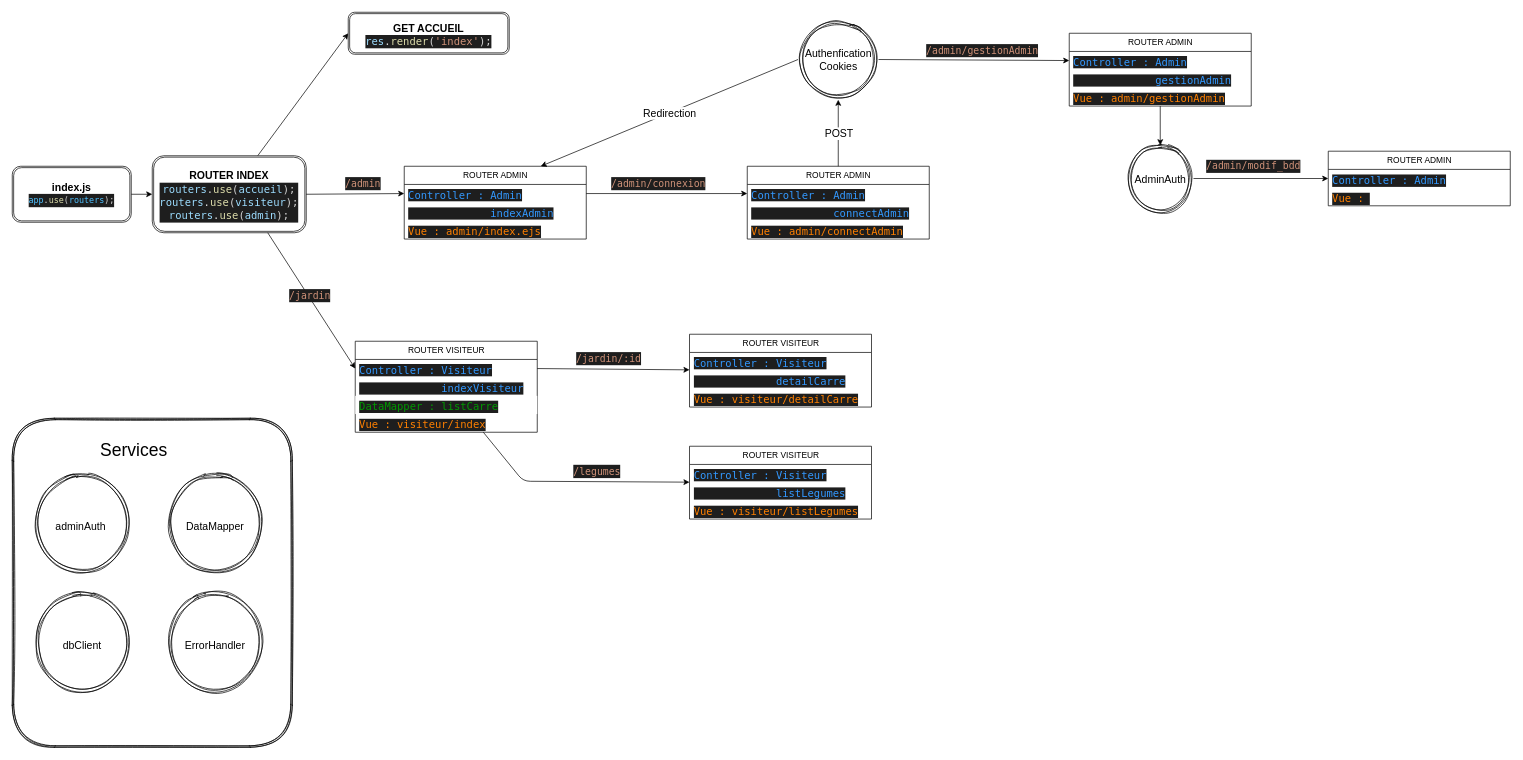
The draw.io diagram SCHEMA/ROUTES.drawio in Loic-Dubrion/jardin, before the edit. Source tidied: cells renumbered, new cells numbered last; positions are measured from the earlier drawing's top-left corner, leaving out a move shared by most shapes. Both pictures are drawn from the tidied source at 70%, with x=0, y=0 at pixel (12, 12).
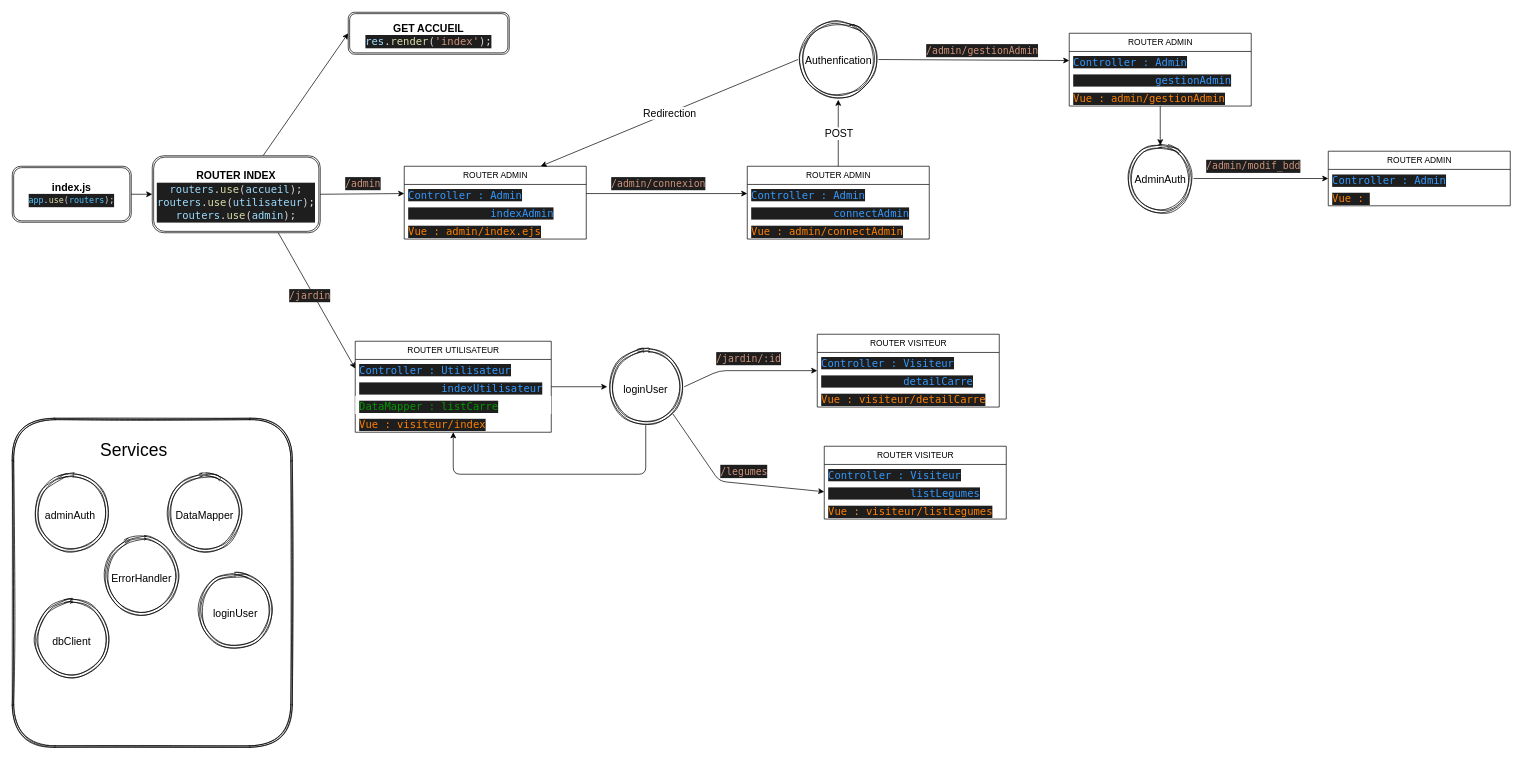
Above is the later version.

The change refers to these unchanged cells:
```xml
<mxCell id="50" value="&lt;span style=&quot;color: rgb(51, 153, 255); font-family: &amp;quot;Droid Sans Mono&amp;quot;, &amp;quot;monospace&amp;quot;, monospace; font-size: 15px; font-style: normal; font-variant-ligatures: normal; font-variant-caps: normal; font-weight: 400; letter-spacing: normal; orphans: 2; text-align: center; text-indent: 0px; text-transform: none; widows: 2; word-spacing: 0px; -webkit-text-stroke-width: 0px; background-color: rgb(30, 30, 30); text-decoration-thickness: initial; text-decoration-style: initial; text-decoration-color: initial; float: none; display: inline !important;&quot;&gt;&lt;span style=&quot;white-space: pre;&quot;&gt;&#9;&lt;/span&gt;&amp;nbsp; &amp;nbsp; &amp;nbsp;listLegumes&lt;/span&gt;" style="text;strokeColor=none;fillColor=none;align=left;verticalAlign=top;spacingLeft=4;spacingRight=4;overflow=hidden;points=[[0,0.5],[1,0.5]];portConstraint=eastwest;whiteSpace=wrap;html=1;fontFamily=Helvetica;" parent="48" vertex="1">
  <mxGeometry y="52" width="260" height="26" as="geometry" />
</mxCell>
```

What changed in the source:
```diff
@@
-    <mxCell id="4" value="&lt;b style=&quot;font-size: 15px;&quot;&gt;&lt;font style=&quot;font-size: 15px;&quot;&gt;ROUTER INDEX&lt;br&gt;&lt;/font&gt;&lt;/b&gt;&lt;div style=&quot;color: rgb(212, 212, 212); background-color: rgb(30, 30, 30); font-family: &amp;quot;Droid Sans Mono&amp;quot;, &amp;quot;monospace&amp;quot;, monospace; line-height: 19px; font-size: 15px;&quot;&gt;&lt;div style=&quot;&quot;&gt;&lt;font style=&quot;font-size: 15px;&quot;&gt;&lt;span style=&quot;color: #9cdcfe;&quot;&gt;routers&lt;/span&gt;.&lt;span style=&quot;color: #dcdcaa;&quot;&gt;use&lt;/span&gt;(&lt;span style=&quot;color: #9cdcfe;&quot;&gt;accueil&lt;/span&gt;);&lt;/font&gt;&lt;/div&gt;&lt;div style=&quot;&quot;&gt;&lt;font style=&quot;font-size: 15px;&quot;&gt;&lt;span style=&quot;color: #9cdcfe;&quot;&gt;routers&lt;/span&gt;.&lt;span style=&quot;color: #dcdcaa;&quot;&gt;use&lt;/span&gt;(&lt;span style=&quot;color: #9cdcfe;&quot;&gt;visiteur&lt;/span&gt;);&lt;/font&gt;&lt;/div&gt;&lt;div style=&quot;&quot;&gt;&lt;font style=&quot;font-size: 15px;&quot;&gt;&lt;span style=&quot;color: rgb(156, 220, 254);&quot;&gt;routers&lt;/span&gt;.&lt;span style=&quot;color: rgb(220, 220, 170);&quot;&gt;use&lt;/span&gt;(&lt;span style=&quot;color: rgb(156, 220, 254);&quot;&gt;admin&lt;/span&gt;);&lt;/font&gt;&lt;/div&gt;&lt;/div&gt;" style="shape=ext;double=1;rounded=1;whiteSpace=wrap;html=1;fontSize=20;" parent="1" vertex="1">
-      <mxGeometry x="200" y="205" width="220" height="110" as="geometry" />
+    <mxCell id="4" value="&lt;b style=&quot;font-size: 15px;&quot;&gt;&lt;font style=&quot;font-size: 15px;&quot;&gt;ROUTER INDEX&lt;br&gt;&lt;/font&gt;&lt;/b&gt;&lt;div style=&quot;color: rgb(212, 212, 212); background-color: rgb(30, 30, 30); font-family: &amp;quot;Droid Sans Mono&amp;quot;, &amp;quot;monospace&amp;quot;, monospace; line-height: 19px; font-size: 15px;&quot;&gt;&lt;div style=&quot;&quot;&gt;&lt;font style=&quot;font-size: 15px;&quot;&gt;&lt;span style=&quot;color: #9cdcfe;&quot;&gt;routers&lt;/span&gt;.&lt;span style=&quot;color: #dcdcaa;&quot;&gt;use&lt;/span&gt;(&lt;span style=&quot;color: #9cdcfe;&quot;&gt;accueil&lt;/span&gt;);&lt;/font&gt;&lt;/div&gt;&lt;div style=&quot;&quot;&gt;&lt;font style=&quot;font-size: 15px;&quot;&gt;&lt;span style=&quot;color: #9cdcfe;&quot;&gt;routers&lt;/span&gt;.&lt;span style=&quot;color: #dcdcaa;&quot;&gt;use&lt;/span&gt;(&lt;span style=&quot;color: #9cdcfe;&quot;&gt;utilisateur&lt;/span&gt;);&lt;/font&gt;&lt;/div&gt;&lt;div style=&quot;&quot;&gt;&lt;font style=&quot;font-size: 15px;&quot;&gt;&lt;span style=&quot;color: rgb(156, 220, 254);&quot;&gt;routers&lt;/span&gt;.&lt;span style=&quot;color: rgb(220, 220, 170);&quot;&gt;use&lt;/span&gt;(&lt;span style=&quot;color: rgb(156, 220, 254);&quot;&gt;admin&lt;/span&gt;);&lt;/font&gt;&lt;/div&gt;&lt;/div&gt;" style="shape=ext;double=1;rounded=1;whiteSpace=wrap;html=1;fontSize=20;" parent="1" vertex="1">
+      <mxGeometry x="200" y="205" width="240" height="110" as="geometry" />
     </mxCell>
@@
-    <mxCell id="6" style="endArrow=classic;html=1;fontSize=15;exitX=1;exitY=0.5;exitDx=0;exitDy=0;" parent="1" edge="1" source="40" target="44">
-      <mxGeometry relative="1" as="geometry" />
-    </mxCell>
@@
-    <mxCell id="11" value="Authenfication&lt;br&gt;Cookies" style="ellipse;shape=doubleEllipse;whiteSpace=wrap;html=1;rounded=0;shadow=0;sketch=1;fontSize=15;fillColor=none;" parent="1" vertex="1">
+    <mxCell id="11" value="Authenfication" style="ellipse;shape=doubleEllipse;whiteSpace=wrap;html=1;rounded=0;shadow=0;sketch=1;fontSize=15;fillColor=none;" parent="1" vertex="1">
       <mxGeometry x="1122.5" y="10" width="115" height="115" as="geometry" />
     </mxCell>
@@
     <mxCell id="18" value="&lt;font style=&quot;font-size: 15px;&quot;&gt;adminAuth&amp;nbsp;&lt;/font&gt;" style="ellipse;shape=doubleEllipse;whiteSpace=wrap;html=1;rounded=0;shadow=0;sketch=1;fontSize=25;fillColor=none;" parent="1" vertex="1">
-      <mxGeometry x="30" y="660" width="140" height="140" as="geometry" />
+      <mxGeometry x="30" y="660" width="110" height="110" as="geometry" />
     </mxCell>
@@
     <mxCell id="20" value="&lt;div style=&quot;color: rgb(212, 212, 212); background-color: rgb(30, 30, 30); font-family: &amp;quot;Droid Sans Mono&amp;quot;, &amp;quot;monospace&amp;quot;, monospace; font-size: 14px; line-height: 19px;&quot;&gt;&lt;span style=&quot;color: #ce9178;&quot;&gt;/jardin/:id&lt;/span&gt;&lt;/div&gt;" style="text;strokeColor=none;fillColor=none;align=left;verticalAlign=middle;spacingLeft=4;spacingRight=4;overflow=hidden;whiteSpace=wrap;html=1;rounded=0;shadow=0;sketch=1;fontSize=15;fontColor=#F0F0F0;" parent="1" vertex="1">
-      <mxGeometry x="800" y="480" width="110" height="30" as="geometry" />
+      <mxGeometry x="1000" y="480" width="110" height="30" as="geometry" />
     </mxCell>
@@
     <mxCell id="25" value="&lt;div style=&quot;color: rgb(212, 212, 212); background-color: rgb(30, 30, 30); font-family: &amp;quot;Droid Sans Mono&amp;quot;, &amp;quot;monospace&amp;quot;, monospace; font-weight: normal; font-size: 14px; line-height: 19px;&quot;&gt;&lt;div&gt;&lt;span style=&quot;color: #ce9178;&quot;&gt;/legumes&lt;/span&gt;&lt;/div&gt;&lt;/div&gt;" style="text;whiteSpace=wrap;html=1;fontSize=15;fontColor=#F0F0F0;" parent="1" vertex="1">
-      <mxGeometry x="800" y="640" width="100" height="40" as="geometry" />
+      <mxGeometry x="1010" y="640" width="100" height="40" as="geometry" />
     </mxCell>
-    <mxCell id="26" style="endArrow=classic;html=1;fontSize=15;" parent="1" edge="1" source="39" target="48">
-      <mxGeometry relative="1" as="geometry">
-        <Array as="points">
-          <mxPoint x="730" y="670" />
-        </Array>
-      </mxGeometry>
-    </mxCell>
@@
-    <mxCell id="39" value="ROUTER VISITEUR" style="swimlane;fontStyle=0;horizontal=1;startSize=26;fillColor=none;html=1;fontFamily=Helvetica;" parent="1" vertex="1">
-      <mxGeometry x="490" y="470" width="260" height="130" as="geometry" />
+    <mxCell id="39" value="ROUTER UTILISATEUR" style="swimlane;fontStyle=0;horizontal=1;startSize=26;fillColor=none;html=1;fontFamily=Helvetica;" parent="1" vertex="1">
+      <mxGeometry x="490" y="470" width="280" height="130" as="geometry" />
     </mxCell>
-    <mxCell id="40" value="&lt;span style=&quot;color: rgb(51, 153, 255); font-family: &amp;quot;Droid Sans Mono&amp;quot;, &amp;quot;monospace&amp;quot;, monospace; font-size: 15px; text-align: center; background-color: rgb(30, 30, 30);&quot;&gt;Controller : Visiteur&lt;/span&gt;" style="text;strokeColor=none;fillColor=none;align=left;verticalAlign=top;spacingLeft=4;spacingRight=4;overflow=hidden;points=[[0,0.5],[1,0.5]];portConstraint=eastwest;whiteSpace=wrap;html=1;fontFamily=Helvetica;" parent="39" vertex="1">
-      <mxGeometry y="26" width="260" height="26" as="geometry" />
+    <mxCell id="40" value="&lt;span style=&quot;color: rgb(51, 153, 255); font-family: &amp;quot;Droid Sans Mono&amp;quot;, &amp;quot;monospace&amp;quot;, monospace; font-size: 15px; text-align: center; background-color: rgb(30, 30, 30);&quot;&gt;Controller : Utilisateur&lt;/span&gt;" style="text;strokeColor=none;fillColor=none;align=left;verticalAlign=top;spacingLeft=4;spacingRight=4;overflow=hidden;points=[[0,0.5],[1,0.5]];portConstraint=eastwest;whiteSpace=wrap;html=1;fontFamily=Helvetica;" parent="39" vertex="1">
+      <mxGeometry y="26" width="280" height="26" as="geometry" />
     </mxCell>
-    <mxCell id="41" value="&lt;span style=&quot;color: rgb(51, 153, 255); font-family: &amp;quot;Droid Sans Mono&amp;quot;, &amp;quot;monospace&amp;quot;, monospace; font-size: 15px; font-style: normal; font-variant-ligatures: normal; font-variant-caps: normal; font-weight: 400; letter-spacing: normal; orphans: 2; text-align: center; text-indent: 0px; text-transform: none; widows: 2; word-spacing: 0px; -webkit-text-stroke-width: 0px; background-color: rgb(30, 30, 30); text-decoration-thickness: initial; text-decoration-style: initial; text-decoration-color: initial; float: none; display: inline !important;&quot;&gt;&lt;span style=&quot;white-space: pre;&quot;&gt;&#9;&lt;/span&gt;&amp;nbsp; &amp;nbsp; &amp;nbsp;indexVisiteur&lt;/span&gt;" style="text;strokeColor=none;fillColor=none;align=left;verticalAlign=top;spacingLeft=4;spacingRight=4;overflow=hidden;points=[[0,0.5],[1,0.5]];portConstraint=eastwest;whiteSpace=wrap;html=1;fontFamily=Helvetica;" parent="39" vertex="1">
-      <mxGeometry y="52" width="260" height="26" as="geometry" />
+    <mxCell id="41" value="&lt;span style=&quot;color: rgb(51, 153, 255); font-family: &amp;quot;Droid Sans Mono&amp;quot;, &amp;quot;monospace&amp;quot;, monospace; font-size: 15px; font-style: normal; font-variant-ligatures: normal; font-variant-caps: normal; font-weight: 400; letter-spacing: normal; orphans: 2; text-align: center; text-indent: 0px; text-transform: none; widows: 2; word-spacing: 0px; -webkit-text-stroke-width: 0px; background-color: rgb(30, 30, 30); text-decoration-thickness: initial; text-decoration-style: initial; text-decoration-color: initial; float: none; display: inline !important;&quot;&gt;&lt;span style=&quot;white-space: pre;&quot;&gt;&#9;&lt;/span&gt;&amp;nbsp; &amp;nbsp; &amp;nbsp;indexUtilisateur&lt;br&gt;&lt;/span&gt;" style="text;strokeColor=none;fillColor=none;align=left;verticalAlign=top;spacingLeft=4;spacingRight=4;overflow=hidden;points=[[0,0.5],[1,0.5]];portConstraint=eastwest;whiteSpace=wrap;html=1;fontFamily=Helvetica;" parent="39" vertex="1">
+      <mxGeometry y="52" width="280" height="26" as="geometry" />
     </mxCell>
     <mxCell id="42" value="&lt;span style=&quot;font-family: &amp;quot;Droid Sans Mono&amp;quot;, &amp;quot;monospace&amp;quot;, monospace; font-size: 15px; text-align: center; background-color: rgb(30, 30, 30);&quot;&gt;DataMapper : listCarre&lt;/span&gt;" style="text;align=left;verticalAlign=top;spacingLeft=4;spacingRight=4;overflow=hidden;whiteSpace=wrap;html=1;fontFamily=Helvetica;fillColor=default;fontColor=#009900;" parent="39" vertex="1">
-      <mxGeometry y="78" width="260" height="26" as="geometry" />
+      <mxGeometry y="78" width="280" height="26" as="geometry" />
     </mxCell>
     <mxCell id="43" value="&lt;span style=&quot;color: rgb(255, 128, 0); font-family: &amp;quot;Droid Sans Mono&amp;quot;, &amp;quot;monospace&amp;quot;, monospace; font-size: 15px; text-align: center; background-color: rgb(30, 30, 30);&quot;&gt;Vue : visiteur/index&lt;/span&gt;" style="text;strokeColor=none;fillColor=none;align=left;verticalAlign=top;spacingLeft=4;spacingRight=4;overflow=hidden;whiteSpace=wrap;html=1;fontFamily=Helvetica;" parent="39" vertex="1">
-      <mxGeometry y="104" width="260" height="26" as="geometry" />
+      <mxGeometry y="104" width="280" height="26" as="geometry" />
     </mxCell>
     <mxCell id="44" value="ROUTER VISITEUR" style="swimlane;fontStyle=0;horizontal=1;startSize=26;fillColor=none;html=1;fontFamily=Helvetica;" parent="1" vertex="1">
-      <mxGeometry x="967.5" y="460" width="260" height="104" as="geometry" />
+      <mxGeometry x="1150" y="460" width="260" height="104" as="geometry" />
     </mxCell>
@@
     <mxCell id="48" value="ROUTER VISITEUR" style="swimlane;fontStyle=0;horizontal=1;startSize=26;fillColor=none;html=1;fontFamily=Helvetica;" parent="1" vertex="1">
-      <mxGeometry x="967.5" y="620" width="260" height="104" as="geometry" />
+      <mxGeometry x="1160" y="620" width="260" height="104" as="geometry" />
     </mxCell>
@@
     <mxCell id="52" value="&lt;span style=&quot;font-size: 15px;&quot;&gt;DataMapper&lt;/span&gt;" style="ellipse;shape=doubleEllipse;whiteSpace=wrap;html=1;rounded=0;shadow=0;sketch=1;fontSize=25;fillColor=none;" parent="1" vertex="1">
-      <mxGeometry x="220" y="660" width="140" height="140" as="geometry" />
+      <mxGeometry x="220" y="660" width="110" height="110" as="geometry" />
     </mxCell>
     <mxCell id="53" value="&lt;span style=&quot;font-size: 15px;&quot;&gt;dbClient&lt;/span&gt;" style="ellipse;shape=doubleEllipse;whiteSpace=wrap;html=1;rounded=0;shadow=0;sketch=1;fontSize=25;fillColor=none;" parent="1" vertex="1">
-      <mxGeometry x="30" y="830" width="140" height="140" as="geometry" />
+      <mxGeometry x="30" y="840" width="110" height="110" as="geometry" />
     </mxCell>
     <mxCell id="54" value="&lt;span style=&quot;font-size: 15px;&quot;&gt;ErrorHandler&lt;br&gt;&lt;/span&gt;" style="ellipse;shape=doubleEllipse;whiteSpace=wrap;html=1;rounded=0;shadow=0;sketch=1;fontSize=25;fillColor=none;" parent="1" vertex="1">
-      <mxGeometry x="220" y="830" width="140" height="140" as="geometry" />
+      <mxGeometry x="130" y="750" width="110" height="110" as="geometry" />
     </mxCell>
@@
+    <mxCell id="62" value="&lt;span style=&quot;font-size: 15px;&quot;&gt;loginUser&lt;br&gt;&lt;/span&gt;" style="ellipse;shape=doubleEllipse;whiteSpace=wrap;html=1;rounded=0;shadow=0;sketch=1;fontSize=25;fillColor=none;" parent="1" vertex="1">
+      <mxGeometry x="264" y="800" width="110" height="110" as="geometry" />
+    </mxCell>
+    <mxCell id="63" value="&lt;span style=&quot;font-size: 15px;&quot;&gt;loginUser&lt;br&gt;&lt;/span&gt;" style="ellipse;shape=doubleEllipse;whiteSpace=wrap;html=1;rounded=0;shadow=0;sketch=1;fontSize=25;fillColor=none;" parent="1" vertex="1">
+      <mxGeometry x="850" y="480" width="110" height="110" as="geometry" />
+    </mxCell>
+    <mxCell id="64" style="endArrow=classic;html=1;exitX=1;exitY=0.5;exitDx=0;exitDy=0;entryX=0;entryY=0.5;entryDx=0;entryDy=0;" parent="1" edge="1" source="41" target="63">
+      <mxGeometry relative="1" as="geometry" />
+    </mxCell>
+    <mxCell id="65" style="endArrow=classic;html=1;exitX=0.5;exitY=1;exitDx=0;exitDy=0;" parent="1" edge="1" source="63" target="39">
+      <mxGeometry relative="1" as="geometry">
+        <Array as="points">
+          <mxPoint x="905" y="660" />
+          <mxPoint x="630" y="660" />
+        </Array>
+      </mxGeometry>
+    </mxCell>
+    <mxCell id="66" style="endArrow=classic;html=1;exitX=1;exitY=0.5;exitDx=0;exitDy=0;" parent="1" edge="1" source="63" target="44">
+      <mxGeometry relative="1" as="geometry">
+        <Array as="points">
+          <mxPoint x="1010" y="512" />
+        </Array>
+      </mxGeometry>
+    </mxCell>
+    <mxCell id="67" style="endArrow=classic;html=1;exitX=1;exitY=1;exitDx=0;exitDy=0;entryX=0;entryY=0.5;entryDx=0;entryDy=0;" parent="1" edge="1" source="63" target="50">
+      <mxGeometry relative="1" as="geometry">
+        <Array as="points">
+          <mxPoint x="1010" y="670" />
+        </Array>
+      </mxGeometry>
+    </mxCell>
```
